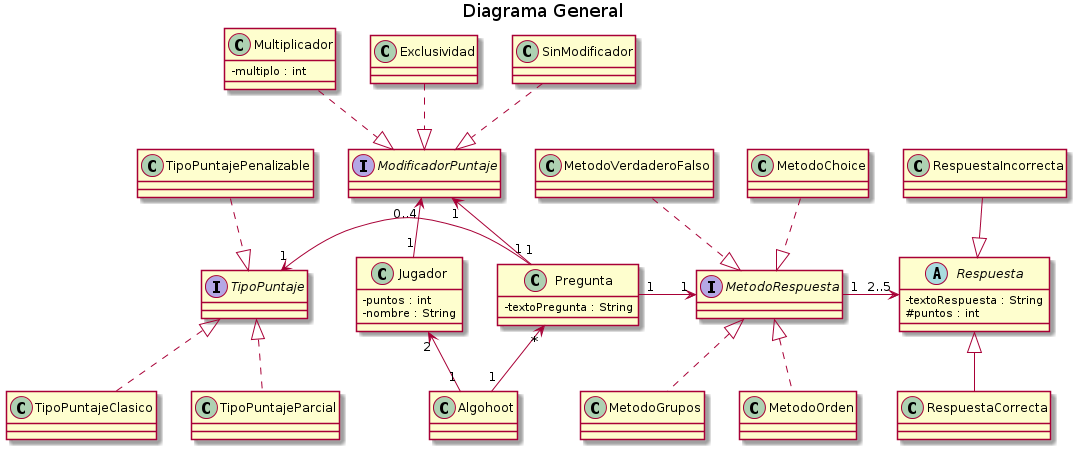
Above: docs/diagramas/diagrama general.png in brunograssano/Algoritmos_3_TP2_PM2 (PlantUML), before the change. Its diagram source:
```plantuml
@startuml
title Diagrama General
skinparam classAttributeIconSize 0



class Algohoot
Jugador "2"<-up- "1" Algohoot
Pregunta "*"<-- "1"Algohoot

class Jugador{
  -puntos : int
  -nombre : String
}
ModificadorPuntaje "0..4"<-- "1" Jugador

Interface ModificadorPuntaje
Multiplicador ..|> ModificadorPuntaje
Exclusividad ..|> ModificadorPuntaje
SinModificador ..|> ModificadorPuntaje
class Multiplicador{
  -multiplo : int
}

class Exclusividad
class SinModificador

class Pregunta{
  -textoPregunta : String
}
TipoPuntaje "1"<-left-"1" Pregunta
ModificadorPuntaje "1"<--"1" Pregunta
MetodoRespuesta "1"<-right-"1" Pregunta



Interface TipoPuntaje
TipoPuntajePenalizable .down.|> TipoPuntaje
TipoPuntajeClasico .up.|> TipoPuntaje
TipoPuntajeParcial .up.|> TipoPuntaje

class TipoPuntajePenalizable
class TipoPuntajeClasico
class TipoPuntajeParcial


Interface MetodoRespuesta
Respuesta "2..5" <-right- "1" MetodoRespuesta
MetodoChoice ..|> MetodoRespuesta
MetodoVerdaderoFalso ..|> MetodoRespuesta
MetodoOrden .up.|> MetodoRespuesta
MetodoGrupos .up.|> MetodoRespuesta

class MetodoChoice
class MetodoVerdaderoFalso
class MetodoOrden
class MetodoGrupos

Abstract Respuesta{
  -textoRespuesta : String
  #puntos : int
}
RespuestaCorrecta -up-|> Respuesta
RespuestaIncorrecta --|> Respuesta

class RespuestaCorrecta
class RespuestaIncorrecta
@enduml
```
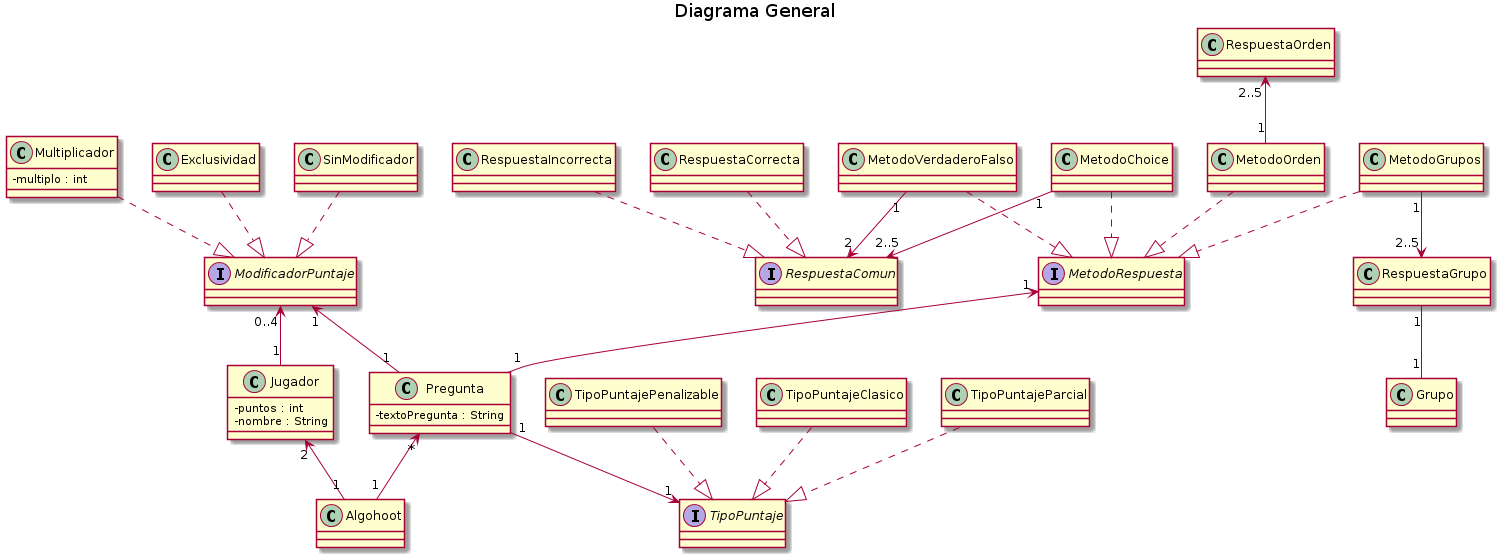
The same diagram one commit later.

Commit message:
Subo el diagrama nuevo

Diff of the diagram source:
```diff
@@ -5,7 +5,7 @@
 
 
 class Algohoot
-Jugador "2"<-up- "1" Algohoot
+Jugador "2"<-- "1" Algohoot
 Pregunta "*"<-- "1"Algohoot
 
 class Jugador{
@@ -28,16 +28,16 @@
 class Pregunta{
   -textoPregunta : String
 }
-TipoPuntaje "1"<-left-"1" Pregunta
+TipoPuntaje "1"<-down-"1" Pregunta
 ModificadorPuntaje "1"<--"1" Pregunta
-MetodoRespuesta "1"<-right-"1" Pregunta
+MetodoRespuesta "1"<--"1" Pregunta
 
 
 
 Interface TipoPuntaje
-TipoPuntajePenalizable .down.|> TipoPuntaje
-TipoPuntajeClasico .up.|> TipoPuntaje
-TipoPuntajeParcial .up.|> TipoPuntaje
+TipoPuntajePenalizable ..|> TipoPuntaje
+TipoPuntajeClasico ..|> TipoPuntaje
+TipoPuntajeParcial ..|> TipoPuntaje
 
 class TipoPuntajePenalizable
 class TipoPuntajeClasico
@@ -45,23 +45,33 @@
 
 
 Interface MetodoRespuesta
-Respuesta "2..5" <-right- "1" MetodoRespuesta
 MetodoChoice ..|> MetodoRespuesta
 MetodoVerdaderoFalso ..|> MetodoRespuesta
-MetodoOrden .up.|> MetodoRespuesta
-MetodoGrupos .up.|> MetodoRespuesta
+MetodoOrden ..|> MetodoRespuesta
+MetodoGrupos ..|> MetodoRespuesta
 
 class MetodoChoice
 class MetodoVerdaderoFalso
 class MetodoOrden
 class MetodoGrupos
 
-Abstract Respuesta{
-  -textoRespuesta : String
-  #puntos : int
-}
-RespuestaCorrecta -up-|> Respuesta
-RespuestaIncorrecta --|> Respuesta
+MetodoVerdaderoFalso "1"--> "2"RespuestaComun
+MetodoChoice "1" --> "2..5" RespuestaComun
+
+MetodoGrupos "1" --> "2..5" RespuestaGrupo
+
+RespuestaGrupo "1" -- "1" Grupo
+
+class RespuestaGrupo
+class Grupo
+
+class RespuestaOrden
+
+RespuestaOrden "2..5" <-- "1" MetodoOrden
+
+Interface RespuestaComun
+RespuestaCorrecta ..|> RespuestaComun
+RespuestaIncorrecta ..|> RespuestaComun
 
 class RespuestaCorrecta
 class RespuestaIncorrecta
```
